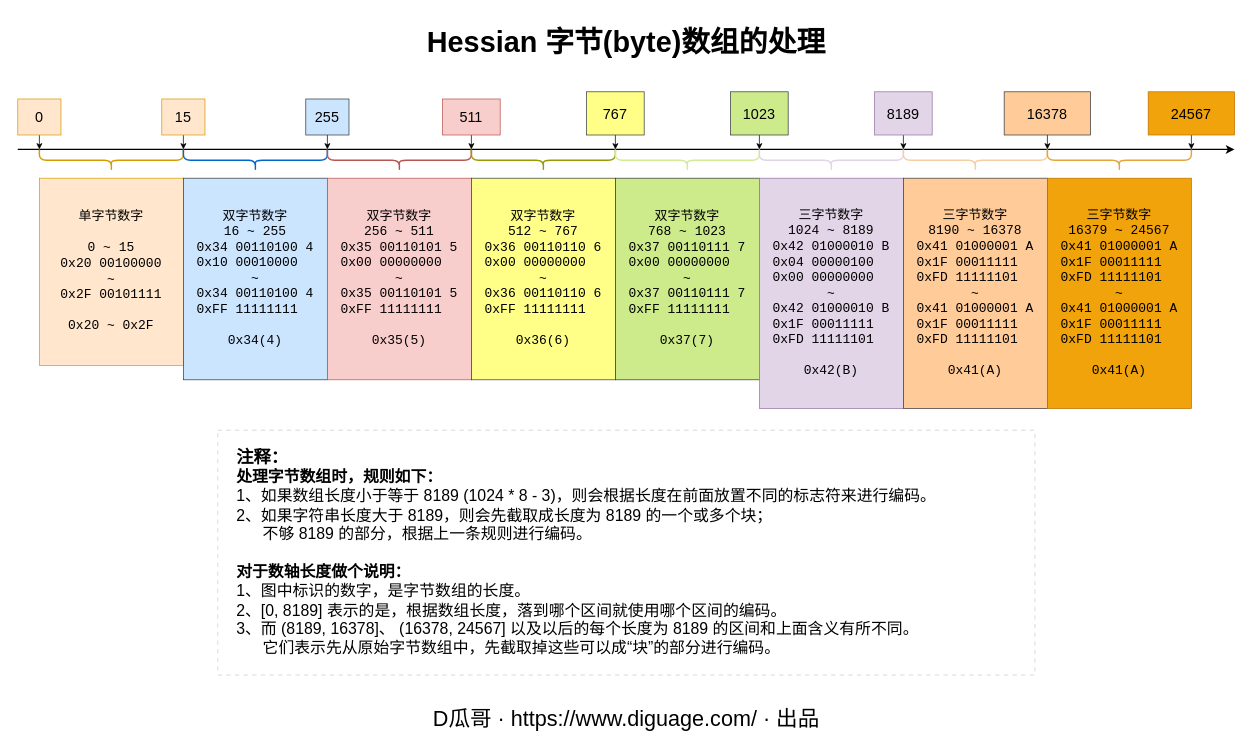
diguage/www.diguage.com keeps this draw.io diagram as page "binary" (4 of 4) of static/diagrams/hessian.drawio. Above is the earlier version. Source tidied: cells renumbered, new cells numbered last; positions are measured from the earlier drawing's top-left corner, leaving out a move shared by most shapes. Both pictures are drawn from the tidied source at 72%, with x=0, y=0 at pixel (17, 12).
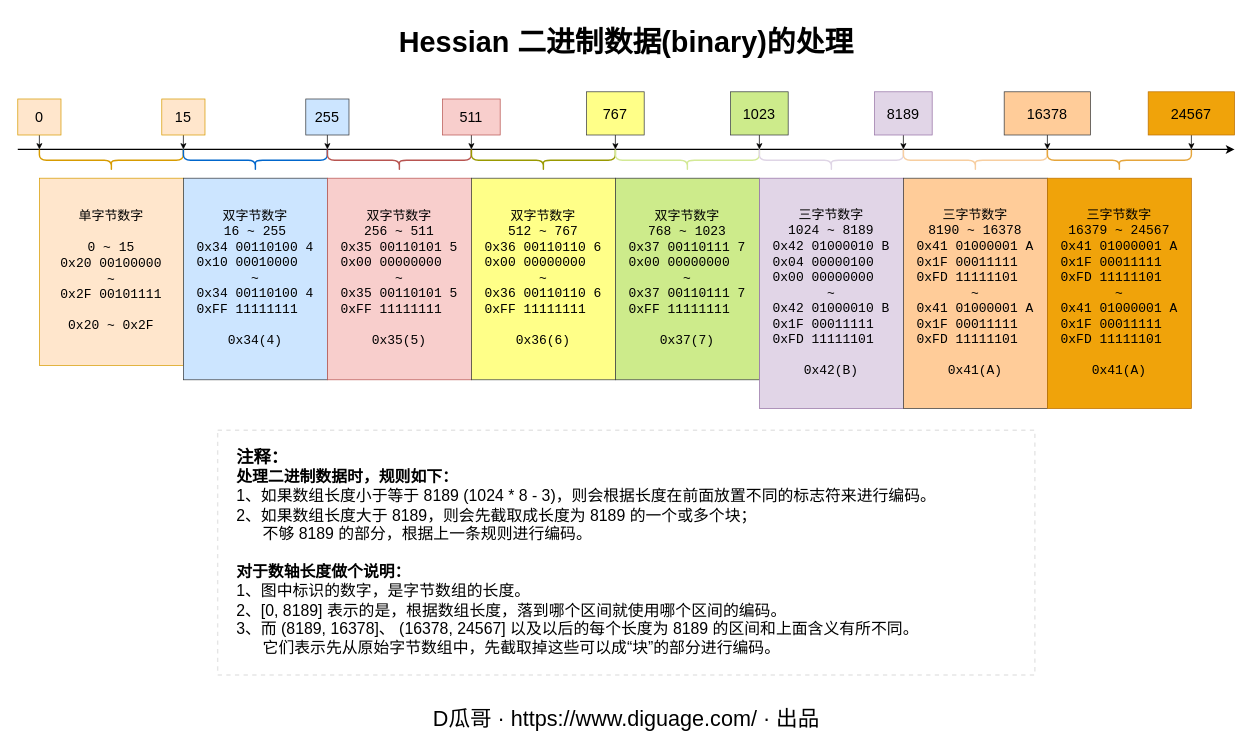
Above is the later version.

The edit, as a diff of the source:
```diff
@@
-    <mxCell id="21" value="Hessian 字节(byte)数组的处理" style="text;html=1;strokeColor=none;fillColor=none;align=center;verticalAlign=middle;whiteSpace=wrap;rounded=0;fontFamily=JetBrains Mono;fontSize=40;fontStyle=1;" parent="1" vertex="1">
-      <mxGeometry x="509" width="672.5" height="80" as="geometry" />
+    <mxCell id="21" value="Hessian 二进制数据(binary)的处理" style="text;html=1;strokeColor=none;fillColor=none;align=center;verticalAlign=middle;whiteSpace=wrap;rounded=0;fontFamily=JetBrains Mono;fontSize=40;fontStyle=1;" parent="1" vertex="1">
+      <mxGeometry x="468.6" width="753.2" height="80" as="geometry" />
     </mxCell>
@@
-    <mxCell id="39" value="&lt;font style=&quot;font-size: 24px;&quot;&gt;&lt;b style=&quot;&quot;&gt;注释：&lt;/b&gt;&lt;/font&gt;&lt;br style=&quot;font-size: 22px;&quot;&gt;&lt;b&gt;处理字节数组时，规则如下：&lt;/b&gt;&lt;br style=&quot;font-size: 22px;&quot;&gt;1、如果数组长度小于等于 &lt;font face=&quot;JetBrains Mono&quot;&gt;8189 (1024 * 8 - 3)&lt;/font&gt;，则会根据长度在前面放置不同的标志符来进行编码。&lt;br style=&quot;font-size: 22px;&quot;&gt;2、如果字符串长度大于 &lt;font face=&quot;JetBrains Mono&quot;&gt;8189&lt;/font&gt;，则会先截取成长度为 &lt;font face=&quot;JetBrains Mono&quot;&gt;8189&lt;/font&gt;&amp;nbsp;的一个或多个块；&lt;br style=&quot;font-size: 22px;&quot;&gt;&amp;nbsp; &amp;nbsp; &amp;nbsp; 不够 &lt;font face=&quot;JetBrains Mono&quot;&gt;8189&lt;/font&gt;&amp;nbsp;的部分，根据上一条规则进行编码。&lt;br style=&quot;font-size: 22px;&quot;&gt;&lt;br style=&quot;font-size: 22px;&quot;&gt;&lt;b&gt;对于数轴长度做个说明：&lt;/b&gt;&lt;br style=&quot;font-size: 22px;&quot;&gt;1、图中标识的数字，是字节数组的长度。&lt;br&gt;2、&lt;font face=&quot;JetBrains Mono&quot;&gt;[0, 8189]&lt;/font&gt; 表示的是，根据数组长度，落到哪个区间就使用哪个区间的编码。&lt;br&gt;&lt;font style=&quot;font-size: 22px;&quot;&gt;3、而&lt;font face=&quot;JetBrains Mono&quot;&gt;&amp;nbsp;(&lt;span style=&quot;text-align: center;&quot;&gt;8189,&amp;nbsp;&lt;/span&gt;&lt;/font&gt;&lt;span style=&quot;text-align: center;&quot;&gt;&lt;font face=&quot;JetBrains Mono&quot;&gt;16378]&lt;/font&gt;、&lt;font face=&quot;JetBrains Mono&quot;&gt;&amp;nbsp;(&lt;/font&gt;&lt;/span&gt;&lt;font face=&quot;JetBrains Mono&quot;&gt;&lt;span style=&quot;text-align: center;&quot;&gt;16378,&amp;nbsp;&lt;/span&gt;&lt;span style=&quot;text-align: center;&quot;&gt;24567&lt;/span&gt;&lt;/font&gt;&lt;span style=&quot;text-align: center;&quot;&gt;&lt;font face=&quot;JetBrains Mono&quot;&gt;] &lt;/font&gt;以及以后的每个长度为&amp;nbsp;&lt;/span&gt;&lt;font face=&quot;JetBrains Mono&quot;&gt;8189&lt;/font&gt; 的区间和上面含义有所不同。&lt;br&gt;&amp;nbsp; &amp;nbsp; &amp;nbsp; 它们表示先从原始字节数组中，先截取掉这些可以成“块”的部分进行编码。&lt;/font&gt;" style="rounded=0;whiteSpace=wrap;html=1;dashed=1;align=left;fontSize=22;spacingLeft=24;opacity=10;strokeWidth=2;" parent="1" vertex="1">
+    <mxCell id="39" value="&lt;font style=&quot;font-size: 24px;&quot;&gt;&lt;b style=&quot;&quot;&gt;注释：&lt;/b&gt;&lt;/font&gt;&lt;br style=&quot;font-size: 22px;&quot;&gt;&lt;b&gt;处理二进制数据时，规则如下：&lt;/b&gt;&lt;br style=&quot;font-size: 22px;&quot;&gt;1、如果数组长度小于等于 &lt;font face=&quot;JetBrains Mono&quot;&gt;8189 (1024 * 8 - 3)&lt;/font&gt;，则会根据长度在前面放置不同的标志符来进行编码。&lt;br style=&quot;font-size: 22px;&quot;&gt;2、如果数组长度大于 &lt;font face=&quot;JetBrains Mono&quot;&gt;8189&lt;/font&gt;，则会先截取成长度为 &lt;font face=&quot;JetBrains Mono&quot;&gt;8189&lt;/font&gt;&amp;nbsp;的一个或多个块；&lt;br style=&quot;font-size: 22px;&quot;&gt;&amp;nbsp; &amp;nbsp; &amp;nbsp; 不够 &lt;font face=&quot;JetBrains Mono&quot;&gt;8189&lt;/font&gt;&amp;nbsp;的部分，根据上一条规则进行编码。&lt;br style=&quot;font-size: 22px;&quot;&gt;&lt;br style=&quot;font-size: 22px;&quot;&gt;&lt;b&gt;对于数轴长度做个说明：&lt;/b&gt;&lt;br style=&quot;font-size: 22px;&quot;&gt;1、图中标识的数字，是字节数组的长度。&lt;br&gt;2、&lt;font face=&quot;JetBrains Mono&quot;&gt;[0, 8189]&lt;/font&gt; 表示的是，根据数组长度，落到哪个区间就使用哪个区间的编码。&lt;br&gt;&lt;font style=&quot;font-size: 22px;&quot;&gt;3、而&lt;font face=&quot;JetBrains Mono&quot;&gt;&amp;nbsp;(&lt;span style=&quot;text-align: center;&quot;&gt;8189,&amp;nbsp;&lt;/span&gt;&lt;/font&gt;&lt;span style=&quot;text-align: center;&quot;&gt;&lt;font face=&quot;JetBrains Mono&quot;&gt;16378]&lt;/font&gt;、&lt;font face=&quot;JetBrains Mono&quot;&gt;&amp;nbsp;(&lt;/font&gt;&lt;/span&gt;&lt;font face=&quot;JetBrains Mono&quot;&gt;&lt;span style=&quot;text-align: center;&quot;&gt;16378,&amp;nbsp;&lt;/span&gt;&lt;span style=&quot;text-align: center;&quot;&gt;24567&lt;/span&gt;&lt;/font&gt;&lt;span style=&quot;text-align: center;&quot;&gt;&lt;font face=&quot;JetBrains Mono&quot;&gt;] &lt;/font&gt;以及以后的每个长度为&amp;nbsp;&lt;/span&gt;&lt;font face=&quot;JetBrains Mono&quot;&gt;8189&lt;/font&gt; 的区间和上面含义有所不同。&lt;br&gt;&amp;nbsp; &amp;nbsp; &amp;nbsp; 它们表示先从原始字节数组中，先截取掉这些可以成“块”的部分进行编码。&lt;/font&gt;" style="rounded=0;whiteSpace=wrap;html=1;dashed=1;align=left;fontSize=22;spacingLeft=24;opacity=10;strokeWidth=2;" parent="1" vertex="1">
       <mxGeometry x="277.8" y="580" width="1135" height="340" as="geometry" />
     </mxCell>
```
